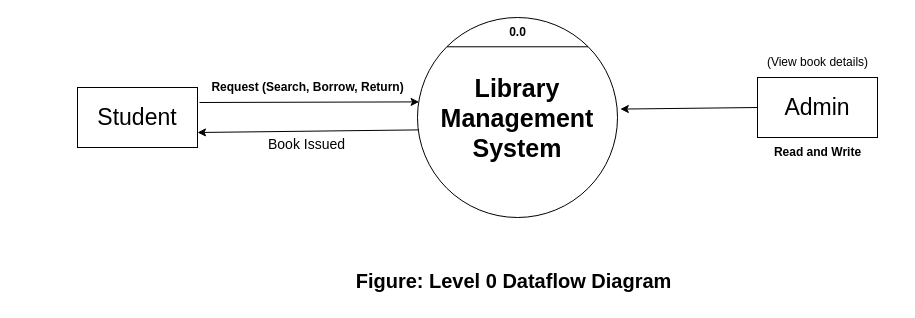
Before: Data Flow Diagram.drawio in IftekharTamim595/Library-Management-System, a draw.io diagram. Source tidied: cells renumbered, new cells numbered last; positions are measured from the earlier drawing's top-left corner, leaving out a move shared by most shapes. Both pictures are drawn from the tidied source at 100%, with x=0, y=0 at pixel (77, 17).
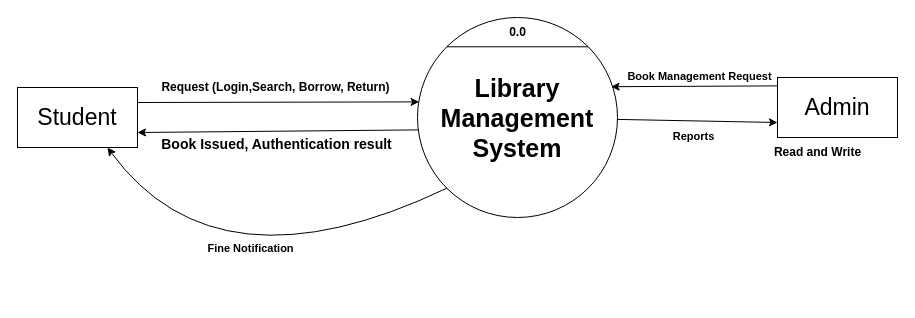
The same diagram, later.

Diff of the diagram source:
```diff
@@
 <mxGraphModel>
   <root>
     <mxCell id="0" />
     <mxCell id="1" parent="0" />
     <mxCell id="2" value="&lt;font style=&quot;font-size: 23px;&quot;&gt;&lt;span&gt;Admin&lt;/span&gt;&lt;/font&gt;" style="rounded=0;whiteSpace=wrap;html=1;fontStyle=0;" parent="1" vertex="1">
-      <mxGeometry x="680" y="60" width="120" height="60" as="geometry" />
+      <mxGeometry x="700" y="60" width="120" height="60" as="geometry" />
     </mxCell>
     <mxCell id="3" value="&lt;font style=&quot;font-size: 23px;&quot;&gt;Student&lt;/font&gt;" style="rounded=0;whiteSpace=wrap;html=1;" parent="1" vertex="1">
-      <mxGeometry y="70" width="120" height="60" as="geometry" />
+      <mxGeometry x="-60" y="70" width="120" height="60" as="geometry" />
     </mxCell>
     <mxCell id="4" value="&lt;font&gt;&lt;b&gt;Library Management System&lt;/b&gt;&lt;/font&gt;" style="ellipse;whiteSpace=wrap;html=1;fontFamily=Helvetica;fontSize=25;" parent="1" vertex="1">
       <mxGeometry x="340" width="200" height="200" as="geometry" />
     </mxCell>
-    <mxCell id="5" value="&lt;font style=&quot;font-size: 12px;&quot;&gt;&lt;b&gt;Request (Search, Borrow, Return)&lt;/b&gt;&lt;/font&gt;" style="endArrow=classic;html=1;rounded=0;exitX=1;exitY=0.25;exitDx=0;exitDy=0;entryX=-0.002;entryY=0.422;entryDx=0;entryDy=0;entryPerimeter=0;labelBorderColor=none;textShadow=0;labelPosition=center;verticalLabelPosition=middle;align=center;verticalAlign=middle;spacingLeft=0;spacingRight=0;spacingBottom=0;" parent="1" edge="1">
+    <mxCell id="5" value="&lt;font style=&quot;font-size: 12px;&quot;&gt;&lt;b&gt;Request (Login,Search, Borrow, Return)&lt;/b&gt;&lt;/font&gt;" style="endArrow=classic;html=1;rounded=0;exitX=1;exitY=0.25;exitDx=0;exitDy=0;entryX=-0.002;entryY=0.422;entryDx=0;entryDy=0;entryPerimeter=0;labelBorderColor=none;textShadow=0;labelPosition=center;verticalLabelPosition=middle;align=center;verticalAlign=middle;spacingLeft=0;spacingRight=0;spacingBottom=0;" parent="1" edge="1" source="3">
       <mxGeometry x="-0.02" y="15" relative="1" as="geometry">
-        <mxPoint x="122" y="85" as="sourcePoint" />
         <mxPoint x="341.6" y="84.4" as="targetPoint" />
       </mxGeometry>
     </mxCell>
-    <mxCell id="6" value="&lt;font style=&quot;font-size: 14px;&quot;&gt;Book Issued&lt;/font&gt;" style="endArrow=classic;html=1;rounded=0;entryX=1;entryY=0.75;entryDx=0;entryDy=0;exitX=0.006;exitY=0.562;exitDx=0;exitDy=0;exitPerimeter=0;" parent="1" edge="1" source="4" target="3">
+    <mxCell id="6" value="&lt;font style=&quot;font-size: 14px;&quot;&gt;&lt;b&gt;Book Issued, Authentication result&lt;/b&gt;&lt;/font&gt;" style="endArrow=classic;html=1;rounded=0;entryX=1;entryY=0.75;entryDx=0;entryDy=0;exitX=0.006;exitY=0.562;exitDx=0;exitDy=0;exitPerimeter=0;" parent="1" edge="1" source="4" target="3">
       <mxGeometry x="0.01" y="13" relative="1" as="geometry" />
     </mxCell>
-    <mxCell id="7" value="(View book details)" style="text;html=1;align=center;verticalAlign=middle;strokeColor=none;fillColor=none;" parent="1" vertex="1">
-      <mxGeometry x="680" y="30" width="120" height="30" as="geometry" />
-    </mxCell>
     <mxCell id="8" value="&lt;b&gt;Read and Write&lt;/b&gt;" style="text;html=1;align=center;verticalAlign=middle;strokeColor=none;fillColor=none;" parent="1" vertex="1">
       <mxGeometry x="685" y="120" width="110" height="30" as="geometry" />
     </mxCell>
-    <mxCell id="9" style="endArrow=classic;html=1;rounded=0;exitX=0;exitY=0.5;exitDx=0;exitDy=0;entryX=1.014;entryY=0.458;entryDx=0;entryDy=0;entryPerimeter=0;" parent="1" edge="1" source="2" target="4">
+    <mxCell id="9" style="endArrow=classic;html=1;rounded=0;exitX=0;exitY=0.14;exitDx=0;exitDy=0;entryX=0.968;entryY=0.346;entryDx=0;entryDy=0;entryPerimeter=0;exitPerimeter=0;" parent="1" edge="1" source="2" target="4">
       <mxGeometry relative="1" as="geometry" />
     </mxCell>
+    <mxCell id="13" value="Book Management Request" style="edgeLabel;html=1;align=center;verticalAlign=middle;fontStyle=1;" parent="9" vertex="1">
+      <mxGeometry x="-0.05" y="1" relative="1" as="geometry">
+        <mxPoint y="-11" as="offset" />
+      </mxGeometry>
+    </mxCell>
     <mxCell id="10" style="endArrow=none;html=1;rounded=0;entryX=1;entryY=0;entryDx=0;entryDy=0;exitX=0;exitY=0;exitDx=0;exitDy=0;" parent="1" edge="1" source="4" target="4">
       <mxGeometry relative="1" as="geometry" />
     </mxCell>
     <mxCell id="11" value="&lt;b&gt;0.0&lt;/b&gt;" style="text;html=1;align=center;verticalAlign=middle;strokeColor=none;fillColor=none;" parent="1" vertex="1">
       <mxGeometry x="420" width="40" height="30" as="geometry" />
     </mxCell>
-    <mxCell id="12" value="&lt;b&gt;&lt;font style=&quot;font-size: 20px;&quot;&gt;Figure: Level 0 Dataflow Diagram&lt;/font&gt;&lt;/b&gt;" style="text;html=1;align=center;verticalAlign=middle;strokeColor=none;fillColor=none;" parent="1" vertex="1">
-      <mxGeometry x="266" y="243" width="340" height="40" as="geometry" />
-    </mxCell>
+    <mxCell id="14" style="endArrow=classic;html=1;rounded=0;entryX=0;entryY=0.75;entryDx=0;entryDy=0;" parent="1" edge="1" source="4" target="2">
+      <mxGeometry relative="1" as="geometry" />
+    </mxCell>
+    <mxCell id="15" value="&lt;b&gt;Reports&lt;/b&gt;" style="edgeLabel;html=1;align=center;verticalAlign=middle;" parent="14" vertex="1">
+      <mxGeometry x="-0.05" y="1" relative="1" as="geometry">
+        <mxPoint y="16" as="offset" />
+      </mxGeometry>
+    </mxCell>
+    <mxCell id="16" style="curved=1;endArrow=classic;html=1;rounded=0;exitX=0;exitY=1;exitDx=0;exitDy=0;entryX=0.75;entryY=1;entryDx=0;entryDy=0;" parent="1" edge="1" source="4" target="3">
+      <mxGeometry relative="1" as="geometry">
+        <Array as="points">
+          <mxPoint x="140" y="280" />
+        </Array>
+      </mxGeometry>
+    </mxCell>
+    <mxCell id="17" value="Fine Notification" style="edgeLabel;html=1;align=center;verticalAlign=middle;fontStyle=1;" parent="16" vertex="1">
+      <mxGeometry x="-0.11" y="-44" relative="1" as="geometry">
+        <mxPoint x="-1" y="15" as="offset" />
+      </mxGeometry>
+    </mxCell>
   </root>
 </mxGraphModel>
```
